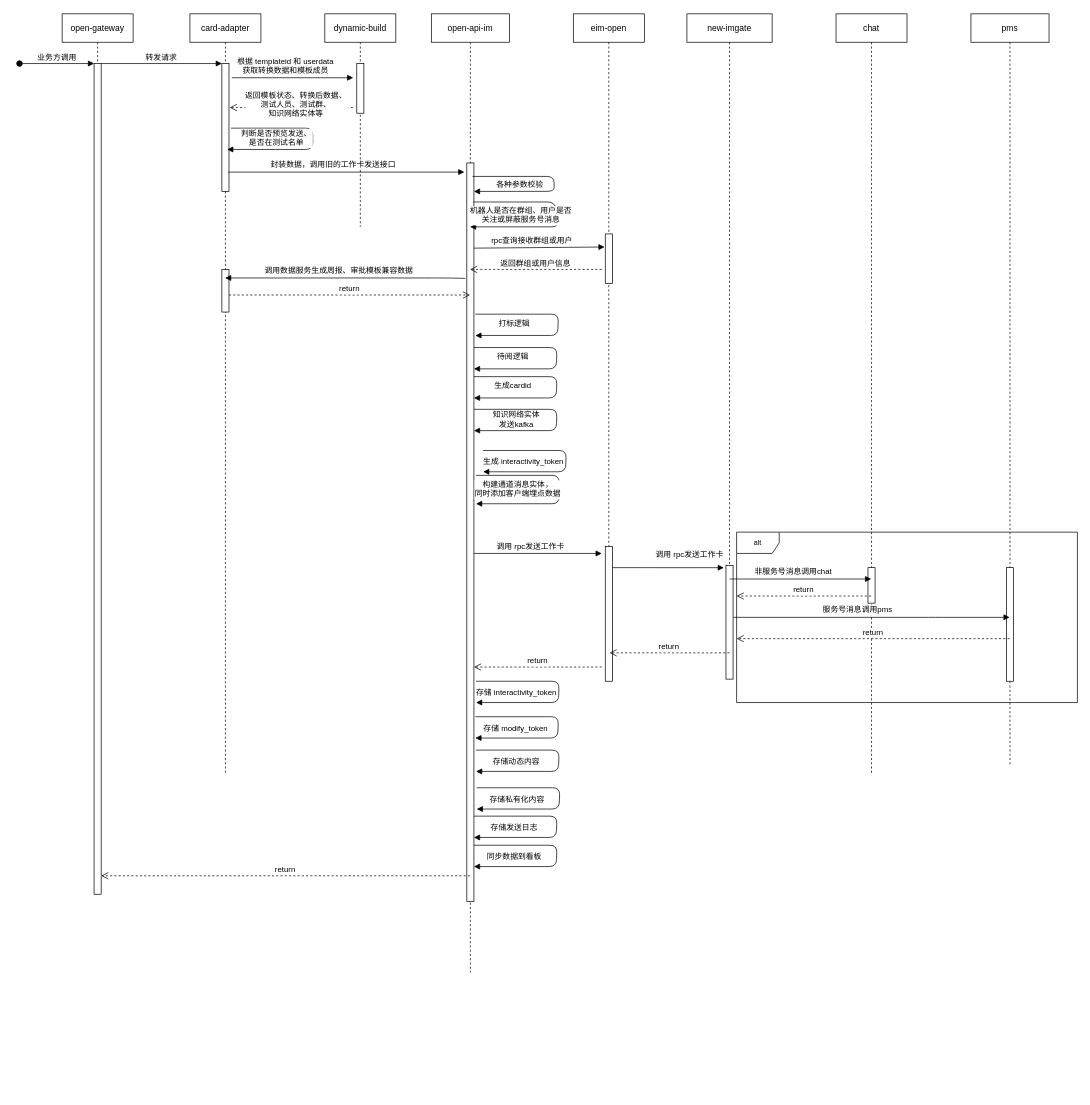
Above: 改造后的链路.drawio in leaderyangzi/12306 (draw.io), before the change. Source tidied: cells renumbered, new cells numbered last; positions are measured from the earlier drawing's top-left corner, leaving out a move shared by most shapes. Both pictures are drawn from the tidied source at 71%, with x=0, y=0 at pixel (19, 13).
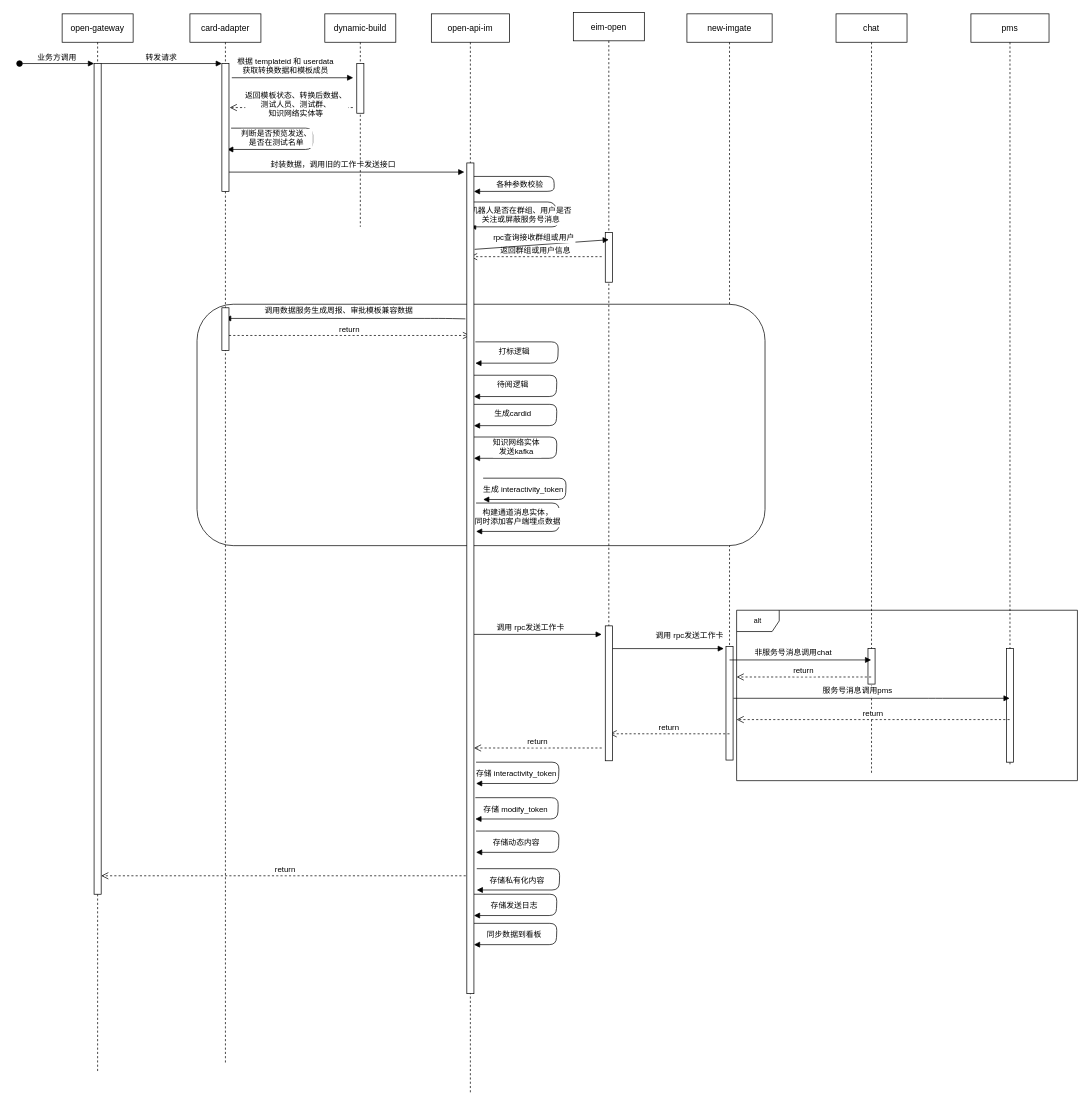
After the change.

Commit message (it also covers changes not shown here):
更新改造后的链路.drawio

Unchanged cells that the change refers to:
```xml
<mxCell id="21" value="new-imgate" style="shape=umlLifeline;perimeter=lifelinePerimeter;rounded=0;shadow=0;strokeWidth=1;" parent="1" vertex="1">
  <mxGeometry x="940" width="120" height="910" as="geometry" />
</mxCell>
<mxCell id="24" value="chat" style="shape=umlLifeline;perimeter=lifelinePerimeter;rounded=0;shadow=0;strokeWidth=1;" parent="1" vertex="1">
  <mxGeometry x="1150" width="100" height="1070" as="geometry" />
</mxCell>
<mxCell id="26" value="pms" style="shape=umlLifeline;perimeter=lifelinePerimeter;rounded=0;shadow=0;strokeWidth=1;" parent="1" vertex="1">
  <mxGeometry x="1340" width="110" height="1060" as="geometry" />
</mxCell>
```

What changed in the source:
```diff
@@
     <mxCell id="2" value="open-gateway" style="shape=umlLifeline;perimeter=lifelinePerimeter;rounded=0;shadow=0;strokeWidth=1;" parent="1" vertex="1">
-      <mxGeometry x="60" width="100" height="1240" as="geometry" />
+      <mxGeometry x="60" width="100" height="1490" as="geometry" />
     </mxCell>
@@
-    <mxCell id="5" value="card-adapter" style="shape=umlLifeline;perimeter=lifelinePerimeter;rounded=0;shadow=0;strokeWidth=1;" parent="1" vertex="1">
-      <mxGeometry x="240" width="100" height="1070" as="geometry" />
-    </mxCell>
-    <mxCell id="6" style="points=[];perimeter=orthogonalPerimeter;rounded=0;shadow=0;strokeWidth=1;" parent="5" vertex="1">
-      <mxGeometry x="45" y="70" width="10" height="180" as="geometry" />
-    </mxCell>
-    <mxCell id="7" style="points=[];perimeter=orthogonalPerimeter;rounded=0;shadow=0;strokeWidth=1;" parent="5" vertex="1">
-      <mxGeometry x="45" y="360" width="10" height="60" as="geometry" />
-    </mxCell>
@@
-    <mxCell id="14" value="open-api-im" style="shape=umlLifeline;perimeter=lifelinePerimeter;rounded=0;shadow=0;strokeWidth=1;" parent="1" vertex="1">
-      <mxGeometry x="580" width="110" height="1350" as="geometry" />
-    </mxCell>
-    <mxCell id="15" style="points=[];perimeter=orthogonalPerimeter;rounded=0;shadow=0;strokeWidth=1;" parent="14" vertex="1">
-      <mxGeometry x="50" y="210" width="10" height="1040" as="geometry" />
-    </mxCell>
-    <mxCell id="16" value="rpc查询接收群组或用户" style="verticalAlign=bottom;endArrow=block;shadow=0;strokeWidth=1;exitX=1.1;exitY=0.546;exitDx=0;exitDy=0;exitPerimeter=0;entryX=-0.1;entryY=0.263;entryDx=0;entryDy=0;entryPerimeter=0;" parent="14" edge="1" target="19">
-      <mxGeometry x="-0.11" y="1" relative="1" as="geometry">
-        <mxPoint x="60" y="330" as="sourcePoint" />
-      </mxGeometry>
-    </mxCell>
@@
-    <mxCell id="18" value="eim-open" style="shape=umlLifeline;perimeter=lifelinePerimeter;rounded=0;shadow=0;strokeWidth=1;" parent="1" vertex="1">
-      <mxGeometry x="780" width="100" height="940" as="geometry" />
-    </mxCell>
-    <mxCell id="19" style="points=[];perimeter=orthogonalPerimeter;rounded=0;shadow=0;strokeWidth=1;" parent="18" vertex="1">
-      <mxGeometry x="45" y="310" width="10" height="70" as="geometry" />
-    </mxCell>
-    <mxCell id="20" style="perimeter=orthogonalPerimeter;rounded=0;shadow=0;strokeWidth=1;" parent="18" vertex="1">
-      <mxGeometry x="45" y="750" width="10" height="190" as="geometry" />
-    </mxCell>
@@
+    <mxCell id="54" style="rounded=1;whiteSpace=wrap;html=1;" parent="21" vertex="1">
+      <mxGeometry x="-690" y="409" width="800" height="340" as="geometry" />
+    </mxCell>
     <mxCell id="22" style="points=[];perimeter=orthogonalPerimeter;rounded=0;shadow=0;strokeWidth=1;" parent="21" vertex="1">
-      <mxGeometry x="55" y="777" width="10" height="160" as="geometry" />
+      <mxGeometry x="55" y="891" width="10" height="160" as="geometry" />
     </mxCell>
     <mxCell id="23" value="调用 rpc发送工作卡" style="verticalAlign=bottom;endArrow=block;shadow=0;strokeWidth=1;exitX=1.1;exitY=0.546;exitDx=0;exitDy=0;exitPerimeter=0;entryX=-0.3;entryY=0.019;entryDx=0;entryDy=0;entryPerimeter=0;" parent="21" edge="1" target="22">
       <mxGeometry x="0.39" y="10" relative="1" as="geometry">
-        <mxPoint x="-105" y="780" as="sourcePoint" />
+        <mxPoint x="-105" y="894" as="sourcePoint" />
       </mxGeometry>
     </mxCell>
@@
     <mxCell id="25" style="perimeter=orthogonalPerimeter;rounded=0;shadow=0;strokeWidth=1;" parent="24" vertex="1">
-      <mxGeometry x="45" y="780" width="10" height="50" as="geometry" />
+      <mxGeometry x="45" y="894" width="10" height="50" as="geometry" />
     </mxCell>
@@
     <mxCell id="27" style="perimeter=orthogonalPerimeter;rounded=0;shadow=0;strokeWidth=1;" parent="26" vertex="1">
-      <mxGeometry x="50" y="780" width="10" height="160" as="geometry" />
+      <mxGeometry x="50" y="894" width="10" height="160" as="geometry" />
     </mxCell>
@@
-    <mxCell id="30" value="返回群组或用户信息" style="verticalAlign=bottom;endArrow=open;dashed=1;endSize=8;exitX=0;exitY=0.95;shadow=0;strokeWidth=1;" parent="1" edge="1" target="14">
+    <mxCell id="30" value="返回群组或用户信息" style="verticalAlign=bottom;endArrow=open;dashed=1;endSize=8;exitX=0;exitY=0.95;shadow=0;strokeWidth=1;" parent="1" edge="1">
       <mxGeometry relative="1" as="geometry">
-        <mxPoint x="820" y="360" as="sourcePoint" />
+        <mxPoint x="820" y="342" as="sourcePoint" />
+        <mxPoint x="634.5" y="342" as="targetPoint" />
       </mxGeometry>
     </mxCell>
     <mxCell id="31" value="生成cardid" style="verticalAlign=bottom;endArrow=block;shadow=0;strokeWidth=1;" parent="1" edge="1">
       <mxGeometry x="0.58" y="-8" relative="1" as="geometry">
-        <mxPoint x="640" y="511" as="sourcePoint" />
-        <mxPoint x="640" y="541" as="targetPoint" />
+        <mxPoint x="640" y="550" as="sourcePoint" />
+        <mxPoint x="640" y="580" as="targetPoint" />
         <Array as="points">
-          <mxPoint x="757" y="511" />
-          <mxPoint x="756" y="541" />
+          <mxPoint x="757" y="550" />
+          <mxPoint x="756" y="580" />
         </Array>
       </mxGeometry>
     </mxCell>
     <mxCell id="32" value="知识网络实体&#10;发送kafka" style="verticalAlign=bottom;endArrow=block;shadow=0;strokeWidth=1;" parent="1" edge="1">
       <mxGeometry x="0.54" relative="1" as="geometry">
-        <mxPoint x="640" y="557" as="sourcePoint" />
-        <mxPoint x="640" y="587" as="targetPoint" />
+        <mxPoint x="640" y="596" as="sourcePoint" />
+        <mxPoint x="640" y="626" as="targetPoint" />
         <Array as="points">
-          <mxPoint x="757" y="557" />
-          <mxPoint x="756" y="587" />
+          <mxPoint x="757" y="596" />
+          <mxPoint x="756" y="626" />
         </Array>
       </mxGeometry>
     </mxCell>
     <mxCell id="33" value="打标逻辑" style="verticalAlign=bottom;endArrow=block;shadow=0;strokeWidth=1;" parent="1" edge="1">
       <mxGeometry x="0.58" y="-8" relative="1" as="geometry">
-        <mxPoint x="642" y="423" as="sourcePoint" />
-        <mxPoint x="642" y="453" as="targetPoint" />
+        <mxPoint x="642" y="462" as="sourcePoint" />
+        <mxPoint x="642" y="492" as="targetPoint" />
         <Array as="points">
-          <mxPoint x="759" y="423" />
-          <mxPoint x="758" y="453" />
+          <mxPoint x="759" y="462" />
+          <mxPoint x="758" y="492" />
         </Array>
       </mxGeometry>
     </mxCell>
     <mxCell id="34" value="待阅逻辑" style="verticalAlign=bottom;endArrow=block;shadow=0;strokeWidth=1;" parent="1" edge="1">
       <mxGeometry x="0.58" y="-8" relative="1" as="geometry">
-        <mxPoint x="640" y="470" as="sourcePoint" />
-        <mxPoint x="640" y="500" as="targetPoint" />
+        <mxPoint x="640" y="509" as="sourcePoint" />
+        <mxPoint x="640" y="539" as="targetPoint" />
         <Array as="points">
-          <mxPoint x="757" y="470" />
-          <mxPoint x="756" y="500" />
+          <mxPoint x="757" y="509" />
+          <mxPoint x="756" y="539" />
         </Array>
       </mxGeometry>
     </mxCell>
     <mxCell id="35" value="存储 interactivity_token" style="verticalAlign=bottom;endArrow=block;shadow=0;strokeWidth=1;" parent="1" edge="1">
       <mxGeometry x="0.57" y="-5" relative="1" as="geometry">
-        <mxPoint x="643" y="940" as="sourcePoint" />
-        <mxPoint x="643" y="970" as="targetPoint" />
+        <mxPoint x="643" y="1054" as="sourcePoint" />
+        <mxPoint x="643" y="1084" as="targetPoint" />
         <Array as="points">
-          <mxPoint x="760" y="940" />
-          <mxPoint x="759" y="970" />
+          <mxPoint x="760" y="1054" />
+          <mxPoint x="759" y="1084" />
         </Array>
       </mxGeometry>
     </mxCell>
     <mxCell id="36" value="构建通道消息实体，&#10;同时添加客户端埋点数据" style="verticalAlign=bottom;endArrow=block;shadow=0;strokeWidth=1;" parent="1" edge="1">
       <mxGeometry x="0.57" y="-5" relative="1" as="geometry">
-        <mxPoint x="643" y="650" as="sourcePoint" />
-        <mxPoint x="643" y="690" as="targetPoint" />
+        <mxPoint x="643" y="689" as="sourcePoint" />
+        <mxPoint x="643" y="729" as="targetPoint" />
         <Array as="points">
-          <mxPoint x="760" y="650" />
-          <mxPoint x="760" y="690" />
+          <mxPoint x="760" y="689" />
+          <mxPoint x="760" y="729" />
         </Array>
       </mxGeometry>
     </mxCell>
     <mxCell id="37" value="调用 rpc发送工作卡" style="verticalAlign=bottom;endArrow=block;shadow=0;strokeWidth=1;exitX=1.1;exitY=0.546;exitDx=0;exitDy=0;exitPerimeter=0;" parent="1" edge="1">
       <mxGeometry x="-0.11" y="1" relative="1" as="geometry">
-        <mxPoint x="640" y="760" as="sourcePoint" />
-        <mxPoint x="820" y="760" as="targetPoint" />
+        <mxPoint x="640" y="874" as="sourcePoint" />
+        <mxPoint x="820" y="874" as="targetPoint" />
       </mxGeometry>
     </mxCell>
     <mxCell id="38" value="alt" style="shape=umlFrame;whiteSpace=wrap;html=1;fontSize=10;" parent="1" vertex="1">
-      <mxGeometry x="1010" y="730" width="480" height="240" as="geometry" />
+      <mxGeometry x="1010" y="840" width="480" height="240" as="geometry" />
     </mxCell>
     <mxCell id="39" value="非服务号消息调用chat" style="verticalAlign=bottom;endArrow=block;shadow=0;strokeWidth=1;exitX=1.1;exitY=0.546;exitDx=0;exitDy=0;exitPerimeter=0;" parent="1" edge="1">
       <mxGeometry x="-0.1" y="2" relative="1" as="geometry">
-        <mxPoint x="1000" y="796" as="sourcePoint" />
-        <mxPoint x="1199.5" y="796" as="targetPoint" />
+        <mxPoint x="1000" y="910" as="sourcePoint" />
+        <mxPoint x="1199.5" y="910" as="targetPoint" />
       </mxGeometry>
     </mxCell>
-    <mxCell id="40" value="return" style="verticalAlign=bottom;endArrow=open;dashed=1;endSize=8;shadow=0;strokeWidth=1;" parent="1" edge="1" source="24">
+    <mxCell id="40" value="return" style="verticalAlign=bottom;endArrow=open;dashed=1;endSize=8;shadow=0;strokeWidth=1;" parent="1" edge="1">
       <mxGeometry relative="1" as="geometry">
-        <mxPoint x="1010" y="820" as="targetPoint" />
+        <mxPoint x="1199.5" y="934" as="sourcePoint" />
+        <mxPoint x="1010" y="934" as="targetPoint" />
       </mxGeometry>
     </mxCell>
-    <mxCell id="41" value="服务号消息调用pms" style="verticalAlign=bottom;endArrow=block;shadow=0;strokeWidth=1;exitX=1.1;exitY=0.546;exitDx=0;exitDy=0;exitPerimeter=0;" parent="1" edge="1" target="26">
+    <mxCell id="41" value="服务号消息调用pms" style="verticalAlign=bottom;endArrow=block;shadow=0;strokeWidth=1;exitX=1.1;exitY=0.546;exitDx=0;exitDy=0;exitPerimeter=0;" parent="1" edge="1">
       <mxGeometry x="-0.1" y="2" relative="1" as="geometry">
-        <mxPoint x="1005.5" y="850" as="sourcePoint" />
+        <mxPoint x="1005.5" y="964" as="sourcePoint" />
+        <mxPoint x="1394.5" y="964" as="targetPoint" />
         <Array as="points">
-          <mxPoint x="1290" y="850" />
+          <mxPoint x="1290" y="964" />
         </Array>
       </mxGeometry>
     </mxCell>
-    <mxCell id="42" value="return" style="verticalAlign=bottom;endArrow=open;dashed=1;endSize=8;shadow=0;strokeWidth=1;" parent="1" edge="1" source="26">
+    <mxCell id="42" value="return" style="verticalAlign=bottom;endArrow=open;dashed=1;endSize=8;shadow=0;strokeWidth=1;" parent="1" edge="1">
       <mxGeometry relative="1" as="geometry">
-        <mxPoint x="1010" y="880" as="targetPoint" />
+        <mxPoint x="1394.5" y="994" as="sourcePoint" />
+        <mxPoint x="1010" y="994" as="targetPoint" />
       </mxGeometry>
     </mxCell>
     <mxCell id="43" value="return" style="verticalAlign=bottom;endArrow=open;dashed=1;endSize=8;shadow=0;strokeWidth=1;exitX=0.5;exitY=0.769;exitDx=0;exitDy=0;exitPerimeter=0;" parent="1" edge="1" source="22">
       <mxGeometry relative="1" as="geometry">
-        <mxPoint x="831" y="900" as="targetPoint" />
+        <mxPoint x="831" y="1014" as="targetPoint" />
       </mxGeometry>
     </mxCell>
     <mxCell id="44" value="return" style="verticalAlign=bottom;endArrow=open;dashed=1;endSize=8;shadow=0;strokeWidth=1;" parent="1" edge="1">
       <mxGeometry relative="1" as="geometry">
-        <mxPoint x="820" y="920" as="sourcePoint" />
-        <mxPoint x="640" y="920" as="targetPoint" />
+        <mxPoint x="820" y="1034" as="sourcePoint" />
+        <mxPoint x="640" y="1034" as="targetPoint" />
       </mxGeometry>
     </mxCell>
     <mxCell id="45" value="生成 interactivity_token" style="verticalAlign=bottom;endArrow=block;shadow=0;strokeWidth=1;" parent="1" edge="1">
       <mxGeometry x="0.57" y="-5" relative="1" as="geometry">
-        <mxPoint x="653" y="615" as="sourcePoint" />
-        <mxPoint x="653" y="645" as="targetPoint" />
+        <mxPoint x="653" y="654" as="sourcePoint" />
+        <mxPoint x="653" y="684" as="targetPoint" />
         <Array as="points">
-          <mxPoint x="770" y="615" />
-          <mxPoint x="769" y="645" />
+          <mxPoint x="770" y="654" />
+          <mxPoint x="769" y="684" />
         </Array>
       </mxGeometry>
     </mxCell>
     <mxCell id="46" value="存储动态内容" style="verticalAlign=bottom;endArrow=block;shadow=0;strokeWidth=1;" parent="1" edge="1">
       <mxGeometry x="0.57" y="-5" relative="1" as="geometry">
-        <mxPoint x="643" y="1037" as="sourcePoint" />
-        <mxPoint x="643" y="1067" as="targetPoint" />
+        <mxPoint x="643" y="1151" as="sourcePoint" />
+        <mxPoint x="643" y="1181" as="targetPoint" />
         <Array as="points">
-          <mxPoint x="760" y="1037" />
-          <mxPoint x="759" y="1067" />
+          <mxPoint x="760" y="1151" />
+          <mxPoint x="759" y="1181" />
         </Array>
       </mxGeometry>
     </mxCell>
     <mxCell id="47" value="存储 modify_token" style="verticalAlign=bottom;endArrow=block;shadow=0;strokeWidth=1;" parent="1" edge="1">
       <mxGeometry x="0.57" y="-5" relative="1" as="geometry">
-        <mxPoint x="642" y="990" as="sourcePoint" />
-        <mxPoint x="642" y="1020" as="targetPoint" />
+        <mxPoint x="642" y="1104" as="sourcePoint" />
+        <mxPoint x="642" y="1134" as="targetPoint" />
         <Array as="points">
-          <mxPoint x="759" y="990" />
-          <mxPoint x="758" y="1020" />
+          <mxPoint x="759" y="1104" />
+          <mxPoint x="758" y="1134" />
         </Array>
       </mxGeometry>
     </mxCell>
     <mxCell id="48" value="存储发送日志" style="verticalAlign=bottom;endArrow=block;shadow=0;strokeWidth=1;" parent="1" edge="1">
       <mxGeometry x="0.57" y="-5" relative="1" as="geometry">
-        <mxPoint x="640" y="1130" as="sourcePoint" />
-        <mxPoint x="640" y="1160" as="targetPoint" />
+        <mxPoint x="640" y="1240" as="sourcePoint" />
+        <mxPoint x="640" y="1270" as="targetPoint" />
         <Array as="points">
-          <mxPoint x="757" y="1130" />
-          <mxPoint x="756" y="1160" />
+          <mxPoint x="757" y="1240" />
+          <mxPoint x="756" y="1270" />
         </Array>
       </mxGeometry>
     </mxCell>
     <mxCell id="49" value="存储私有化内容" style="verticalAlign=bottom;endArrow=block;shadow=0;strokeWidth=1;" parent="1" edge="1">
       <mxGeometry x="0.57" y="-5" relative="1" as="geometry">
-        <mxPoint x="644" y="1090" as="sourcePoint" />
-        <mxPoint x="644" y="1120" as="targetPoint" />
+        <mxPoint x="644" y="1204" as="sourcePoint" />
+        <mxPoint x="644" y="1234" as="targetPoint" />
         <Array as="points">
-          <mxPoint x="761" y="1090" />
-          <mxPoint x="760" y="1120" />
+          <mxPoint x="761" y="1204" />
+          <mxPoint x="760" y="1234" />
         </Array>
       </mxGeometry>
     </mxCell>
     <mxCell id="50" value="同步数据到看板" style="verticalAlign=bottom;endArrow=block;shadow=0;strokeWidth=1;" parent="1" edge="1">
       <mxGeometry x="0.57" y="-5" relative="1" as="geometry">
-        <mxPoint x="640" y="1171" as="sourcePoint" />
-        <mxPoint x="640" y="1201" as="targetPoint" />
+        <mxPoint x="640" y="1281" as="sourcePoint" />
+        <mxPoint x="640" y="1311" as="targetPoint" />
         <Array as="points">
-          <mxPoint x="757" y="1171" />
-          <mxPoint x="756" y="1201" />
+          <mxPoint x="757" y="1281" />
+          <mxPoint x="756" y="1311" />
         </Array>
       </mxGeometry>
     </mxCell>
@@
     <mxCell id="52" value="调用数据服务生成周报、审批模板兼容数据" style="verticalAlign=bottom;endArrow=block;shadow=0;strokeWidth=1;exitX=-0.2;exitY=0.164;exitDx=0;exitDy=0;exitPerimeter=0;" parent="1" edge="1">
       <mxGeometry x="0.05" y="-2" relative="1" as="geometry">
-        <mxPoint x="628" y="372.6" as="sourcePoint" />
-        <mxPoint x="289.5" y="372" as="targetPoint" />
+        <mxPoint x="628" y="429.6" as="sourcePoint" />
+        <mxPoint x="289.5" y="429" as="targetPoint" />
         <Array as="points">
-          <mxPoint x="600" y="372" />
-          <mxPoint x="580" y="372" />
+          <mxPoint x="600" y="429" />
+          <mxPoint x="580" y="429" />
         </Array>
       </mxGeometry>
     </mxCell>
-    <mxCell id="53" value="return" style="verticalAlign=bottom;endArrow=open;dashed=1;endSize=8;shadow=0;strokeWidth=1;exitX=1;exitY=0.6;exitDx=0;exitDy=0;exitPerimeter=0;" parent="1" edge="1" source="7" target="14">
-      <mxGeometry relative="1" as="geometry" />
+    <mxCell id="53" value="return" style="verticalAlign=bottom;endArrow=open;dashed=1;endSize=8;shadow=0;strokeWidth=1;exitX=1;exitY=0.6;exitDx=0;exitDy=0;exitPerimeter=0;" parent="1" edge="1">
+      <mxGeometry relative="1" as="geometry">
+        <mxPoint x="295" y="453" as="sourcePoint" />
+        <mxPoint x="634.5" y="453" as="targetPoint" />
+      </mxGeometry>
     </mxCell>
+    <mxCell id="5" value="card-adapter" style="shape=umlLifeline;perimeter=lifelinePerimeter;rounded=0;shadow=0;strokeWidth=1;" parent="1" vertex="1">
+      <mxGeometry x="240" width="100" height="1480" as="geometry" />
+    </mxCell>
+    <mxCell id="6" style="points=[];perimeter=orthogonalPerimeter;rounded=0;shadow=0;strokeWidth=1;" parent="5" vertex="1">
+      <mxGeometry x="45" y="70" width="10" height="180" as="geometry" />
+    </mxCell>
+    <mxCell id="7" style="points=[];perimeter=orthogonalPerimeter;rounded=0;shadow=0;strokeWidth=1;" parent="5" vertex="1">
+      <mxGeometry x="45" y="414" width="10" height="60" as="geometry" />
+    </mxCell>
+    <mxCell id="14" value="open-api-im" style="shape=umlLifeline;perimeter=lifelinePerimeter;rounded=0;shadow=0;strokeWidth=1;" parent="1" vertex="1">
+      <mxGeometry x="580" width="110" height="1520" as="geometry" />
+    </mxCell>
+    <mxCell id="15" style="points=[];perimeter=orthogonalPerimeter;rounded=0;shadow=0;strokeWidth=1;" parent="14" vertex="1">
+      <mxGeometry x="50" y="210" width="10" height="1170" as="geometry" />
+    </mxCell>
+    <mxCell id="18" value="eim-open" style="shape=umlLifeline;perimeter=lifelinePerimeter;rounded=0;shadow=0;strokeWidth=1;" parent="1" vertex="1">
+      <mxGeometry x="780" y="-2" width="100" height="940" as="geometry" />
+    </mxCell>
+    <mxCell id="19" style="points=[];perimeter=orthogonalPerimeter;rounded=0;shadow=0;strokeWidth=1;" parent="18" vertex="1">
+      <mxGeometry x="45" y="310" width="10" height="70" as="geometry" />
+    </mxCell>
+    <mxCell id="20" style="perimeter=orthogonalPerimeter;rounded=0;shadow=0;strokeWidth=1;" parent="18" vertex="1">
+      <mxGeometry x="45" y="864" width="10" height="190" as="geometry" />
+    </mxCell>
+    <mxCell id="16" value="rpc查询接收群组或用户" style="verticalAlign=bottom;endArrow=block;shadow=0;strokeWidth=1;exitX=1.1;exitY=0.104;exitDx=0;exitDy=0;exitPerimeter=0;entryX=0.5;entryY=0.145;entryDx=0;entryDy=0;entryPerimeter=0;" parent="1" edge="1" source="15" target="19">
+      <mxGeometry x="-0.11" y="1" relative="1" as="geometry" />
+    </mxCell>
```
